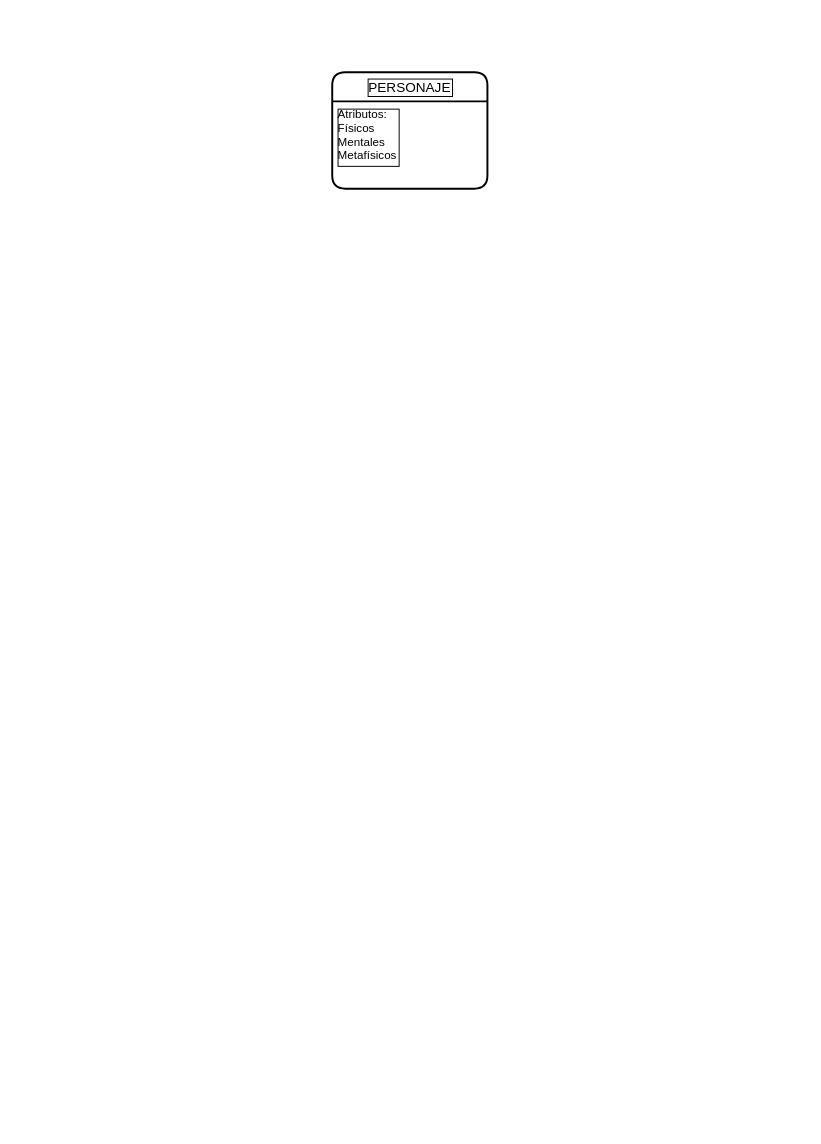
The draw.io diagram DiseñodePJ.drawio in aixairupe/DiagramasRPG, before the edit. Source tidied: cells renumbered, new cells numbered last; positions are measured from the earlier drawing's top-left corner, leaving out a move shared by most shapes. Both pictures are drawn from the tidied source at 97%, with x=0, y=0 at pixel (332, 72).
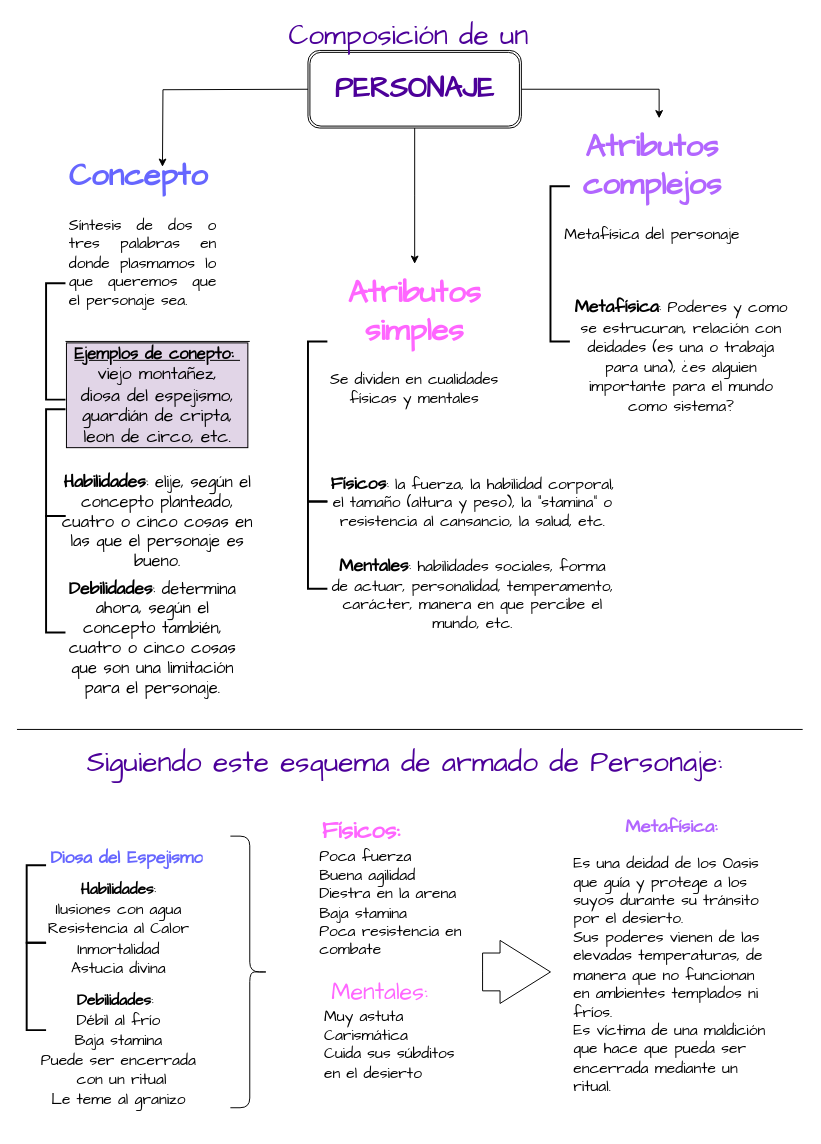
The same page after the edit.

The edit, as a diff of the source:
```diff
@@
+    <mxCell id="4" style="edgeStyle=orthogonalEdgeStyle;rounded=0;jettySize=auto;html=1;exitX=1;exitY=0.5;exitDx=0;exitDy=0;entryX=0.537;entryY=0;entryDx=0;entryDy=0;entryPerimeter=0;fontSize=16;fontFamily=Comic Sans MS;" parent="1" edge="1" source="5" target="9">
+      <mxGeometry relative="1" as="geometry" />
+    </mxCell>
+    <mxCell id="5" style="shape=ext;double=1;rounded=1;whiteSpace=wrap;html=1;labelBorderColor=default;fontSize=16;fontFamily=Comic Sans MS;labelBackgroundColor=#E6D0DE;" parent="1" vertex="1">
+      <mxGeometry x="-25" y="-22.5" width="220" height="80" as="geometry" />
+    </mxCell>
+    <mxCell id="6" style="edgeStyle=orthogonalEdgeStyle;rounded=0;orthogonalLoop=1;jettySize=auto;html=1;fontSize=16;fontFamily=Comic Sans MS;" parent="1" edge="1">
+      <mxGeometry relative="1" as="geometry">
+        <mxPoint x="-25" y="17.5" as="sourcePoint" />
+        <mxPoint x="-175" y="97.5" as="targetPoint" />
+      </mxGeometry>
+    </mxCell>
+    <mxCell id="7" value="&lt;h1 style=&quot;text-align: justify;&quot;&gt;&lt;font color=&quot;#6666ff&quot;&gt;Concepto&lt;/font&gt;&lt;/h1&gt;&lt;p style=&quot;text-align: justify;&quot;&gt;Síntesis de dos o tres palabras en donde plasmamos lo que queremos que el personaje sea. &lt;/p&gt;" style="text;html=1;strokeColor=none;fillColor=none;spacing=5;spacingTop=-20;whiteSpace=wrap;overflow=hidden;rounded=0;labelBorderColor=none;fontSize=16;align=center;fontFamily=Comic Sans MS;" parent="1" vertex="1">
+      <mxGeometry x="-275" y="77.5" width="160" height="190" as="geometry" />
+    </mxCell>
+    <mxCell id="8" value="&lt;h1 style=&quot;&quot;&gt;&lt;font color=&quot;#ff66ff&quot;&gt;Atributos simples&lt;/font&gt;&lt;/h1&gt;&lt;p style=&quot;&quot;&gt;Se dividen en cualidades físicas y mentales&lt;/p&gt;" style="text;html=1;strokeColor=none;fillColor=none;spacing=5;spacingTop=-20;whiteSpace=wrap;overflow=hidden;rounded=0;labelBorderColor=none;fontSize=16;align=center;fontFamily=Comic Sans MS;" parent="1" vertex="1">
+      <mxGeometry x="-10" y="197.5" width="190" height="175" as="geometry" />
+    </mxCell>
+    <mxCell id="9" value="&lt;h1&gt;&lt;font color=&quot;#b266ff&quot;&gt;Atributos complejos&lt;/font&gt;&lt;/h1&gt;&lt;p&gt;Metafísica del personaje&lt;/p&gt;" style="text;html=1;strokeColor=none;fillColor=none;spacing=5;spacingTop=-20;whiteSpace=wrap;overflow=hidden;rounded=0;labelBorderColor=none;fontSize=16;align=center;fontFamily=Comic Sans MS;" parent="1" vertex="1">
+      <mxGeometry x="235" y="47.5" width="190" height="150" as="geometry" />
+    </mxCell>
+    <mxCell id="10" style="strokeWidth=2;html=1;shape=mxgraph.flowchart.annotation_1;align=left;labelBorderColor=default;fontSize=16;fontFamily=Comic Sans MS;" parent="1" vertex="1">
+      <mxGeometry x="-25" y="442.5" width="20" height="90" as="geometry" />
+    </mxCell>
+    <mxCell id="11" style="strokeWidth=2;html=1;shape=mxgraph.flowchart.annotation_1;align=left;labelBorderColor=default;fontSize=16;fontFamily=Comic Sans MS;" parent="1" vertex="1">
+      <mxGeometry x="-25" y="277.5" width="20" height="165" as="geometry" />
+    </mxCell>
+    <mxCell id="12" style="strokeWidth=2;html=1;shape=mxgraph.flowchart.annotation_1;align=left;labelBorderColor=default;fontSize=16;" parent="1" vertex="1">
+      <mxGeometry x="-295" y="217.5" width="20" height="120" as="geometry" />
+    </mxCell>
+    <mxCell id="13" value="&lt;b&gt;&lt;font style=&quot;font-size: 18px;&quot;&gt;Físicos&lt;/font&gt;&lt;/b&gt;:&amp;nbsp;la fuerza, la habilidad corporal, el tamaño (altura y peso), la &quot;stamina&quot; o resistencia al cansancio, la salud, etc." style="text;html=1;strokeColor=none;fillColor=none;align=center;verticalAlign=middle;whiteSpace=wrap;rounded=0;labelBorderColor=none;fontSize=16;fontFamily=Comic Sans MS;" parent="1" vertex="1">
+      <mxGeometry x="-5" y="412.5" width="300" height="60" as="geometry" />
+    </mxCell>
+    <mxCell id="14" value="&lt;b&gt;&lt;font style=&quot;font-size: 18px;&quot;&gt;Mentales&lt;/font&gt;&lt;/b&gt;: habilidades sociales, forma de actuar, personalidad, temperamento, carácter, manera en que percibe el mundo, etc." style="text;html=1;strokeColor=none;fillColor=none;align=center;verticalAlign=middle;whiteSpace=wrap;rounded=0;labelBorderColor=none;fontSize=16;fontFamily=Comic Sans MS;" parent="1" vertex="1">
+      <mxGeometry x="-5" y="507.5" width="300" height="60" as="geometry" />
+    </mxCell>
+    <mxCell id="15" value="&lt;font face=&quot;Comic Sans MS&quot;&gt;&lt;b&gt;&lt;font style=&quot;font-size: 18px;&quot;&gt;Metafísica&lt;/font&gt;&lt;/b&gt;: Poderes y como se estrucuran, relación con deidades (es una o trabaja para una), ¿es alguien importante para el mundo como sistema?&lt;/font&gt;" style="text;html=1;strokeColor=none;fillColor=none;align=center;verticalAlign=middle;whiteSpace=wrap;rounded=0;labelBorderColor=none;fontSize=16;" parent="1" vertex="1">
+      <mxGeometry x="245" y="247.5" width="230" height="90" as="geometry" />
+    </mxCell>
+    <mxCell id="16" style="edgeStyle=orthogonalEdgeStyle;rounded=0;jettySize=auto;html=1;fontSize=17;exitX=0.5;exitY=1;exitDx=0;exitDy=0;fontFamily=Comic Sans MS;" parent="1" edge="1" source="5">
+      <mxGeometry relative="1" as="geometry">
+        <mxPoint x="85" y="197.5" as="targetPoint" />
+      </mxGeometry>
+    </mxCell>
-    <mxCell id="2" value="PERSONAJE" style="swimlane;horizontal=1;startSize=30;rounded=1;fontSize=14;fontStyle=0;strokeWidth=2;shadow=0;dashed=0;align=center;labelBorderColor=default;" parent="1" vertex="1">
-      <mxGeometry width="160" height="120" as="geometry" />
+    <mxCell id="2" value="&lt;h1 style=&quot;font-size: 29px;&quot;&gt;&lt;font color=&quot;#4c0099&quot;&gt;PERSONAJE&lt;/font&gt;&lt;/h1&gt;" style="text;html=1;strokeColor=none;fillColor=none;align=center;verticalAlign=middle;whiteSpace=wrap;rounded=0;labelBorderColor=none;fontSize=16;fontFamily=Comic Sans MS;labelBackgroundColor=none;fontColor=#B5739D;" parent="1" vertex="1">
+      <mxGeometry width="170" height="35" as="geometry" />
     </mxCell>
-    <mxCell id="3" value="Atributos:&#10;Físicos&#10;Mentales&#10;Metafísicos" style="align=left;strokeColor=none;fillColor=none;spacingLeft=4;fontSize=12;verticalAlign=top;labelBorderColor=default;" parent="2" vertex="1">
-      <mxGeometry y="30" width="160" height="90" as="geometry" />
-    </mxCell>
+    <mxCell id="17" value="&lt;span style=&quot;&quot;&gt;&lt;b style=&quot;font-size: 17px;&quot;&gt;&lt;u&gt;Ejemplos de conepto:&amp;nbsp;&lt;br&gt;&lt;/u&gt;&lt;/b&gt;viejo montañez, &lt;br&gt;diosa del espejismo, guardián de cripta, leon de circo, etc.&lt;/span&gt;" style="text;html=1;strokeColor=none;fillColor=none;align=center;verticalAlign=middle;whiteSpace=wrap;rounded=0;labelBorderColor=default;fontSize=18;fontFamily=Comic Sans MS;labelBackgroundColor=#E1D5E7;" parent="1" vertex="1">
+      <mxGeometry x="-275" y="277.5" width="190" height="110" as="geometry" />
+    </mxCell>
+    <mxCell id="18" style="strokeWidth=2;html=1;shape=mxgraph.flowchart.annotation_1;align=left;labelBorderColor=default;fontSize=16;fontFamily=Comic Sans MS;" parent="1" vertex="1">
+      <mxGeometry x="225" y="117.5" width="20" height="160" as="geometry" />
+    </mxCell>
+    <mxCell id="19" style="strokeWidth=2;html=1;shape=mxgraph.flowchart.annotation_1;align=left;labelBorderColor=default;fontSize=16;" parent="1" vertex="1">
+      <mxGeometry x="-315" y="897.5" width="20" height="90" as="geometry" />
+    </mxCell>
+    <mxCell id="20" style="strokeWidth=2;html=1;shape=mxgraph.flowchart.annotation_1;align=left;labelBorderColor=default;fontSize=16;" parent="1" vertex="1">
+      <mxGeometry x="-315" y="817.5" width="20" height="80" as="geometry" />
+    </mxCell>
+    <mxCell id="21" style="endArrow=none;html=1;rounded=0;fontSize=18;exitX=0;exitY=0;exitDx=0;exitDy=0;fontFamily=Comic Sans MS;entryX=1;entryY=0;entryDx=0;entryDy=0;entryPerimeter=0;" parent="1" edge="1" source="17" target="17">
+      <mxGeometry relative="1" as="geometry" />
+    </mxCell>
+    <mxCell id="22" value="&lt;b&gt;&lt;font style=&quot;font-size: 18px;&quot;&gt;Habilidades&lt;/font&gt;&lt;/b&gt;: elije, según el concepto planteado, cuatro o cinco cosas en las que el personaje es bueno." style="text;html=1;strokeColor=none;fillColor=none;align=center;verticalAlign=middle;whiteSpace=wrap;rounded=0;labelBorderColor=none;fontSize=17;fontFamily=Comic Sans MS;" parent="1" vertex="1">
+      <mxGeometry x="-285" y="427.5" width="210" height="70" as="geometry" />
+    </mxCell>
+    <mxCell id="23" value="&lt;b&gt;&lt;font style=&quot;font-size: 18px;&quot;&gt;Debilidades&lt;/font&gt;&lt;/b&gt;: determina ahora, según el concepto también, cuatro o cinco cosas que son una limitación para el personaje." style="text;html=1;strokeColor=none;fillColor=none;align=center;verticalAlign=middle;whiteSpace=wrap;rounded=0;labelBorderColor=none;fontSize=17;fontFamily=Comic Sans MS;" parent="1" vertex="1">
+      <mxGeometry x="-285" y="537.5" width="200" height="90" as="geometry" />
+    </mxCell>
+    <mxCell id="24" value="Composición de un" style="text;html=1;strokeColor=none;fillColor=none;align=center;verticalAlign=middle;whiteSpace=wrap;rounded=0;labelBackgroundColor=none;labelBorderColor=none;fontFamily=Comic Sans MS;fontSize=29;fontColor=#4C0099;" parent="1" vertex="1">
+      <mxGeometry x="-81" y="-52.5" width="320" height="30" as="geometry" />
+    </mxCell>
+    <mxCell id="25" style="endArrow=none;html=1;rounded=0;fontFamily=Comic Sans MS;fontSize=29;fontColor=#4C0099;" parent="1" edge="1">
+      <mxGeometry relative="1" as="geometry">
+        <mxPoint x="-325" y="677.5" as="sourcePoint" />
+        <mxPoint x="485" y="677.5" as="targetPoint" />
+      </mxGeometry>
+    </mxCell>
+    <mxCell id="26" value="Siguiendo este esquema de armado de Personaje:" style="text;html=1;strokeColor=none;fillColor=none;align=center;verticalAlign=middle;whiteSpace=wrap;rounded=0;labelBackgroundColor=none;labelBorderColor=none;fontFamily=Comic Sans MS;fontSize=29;fontColor=#4C0099;" parent="1" vertex="1">
+      <mxGeometry x="-275" y="697.5" width="700" height="30" as="geometry" />
+    </mxCell>
+    <mxCell id="27" value="&lt;h1 style=&quot;font-size: 18px;&quot;&gt;&lt;font color=&quot;#6666ff&quot; style=&quot;font-size: 18px;&quot;&gt;Diosa del Espejismo&lt;/font&gt;&lt;/h1&gt;" style="text;html=1;strokeColor=none;fillColor=none;spacing=5;spacingTop=-20;whiteSpace=wrap;overflow=hidden;rounded=0;labelBorderColor=none;fontSize=18;align=left;fontFamily=Comic Sans MS;" parent="1" vertex="1">
+      <mxGeometry x="-295" y="797.5" width="190" height="30" as="geometry" />
+    </mxCell>
+    <mxCell id="28" style="strokeWidth=2;html=1;shape=mxgraph.flowchart.annotation_1;align=left;labelBorderColor=default;fontSize=16;" parent="1" vertex="1">
+      <mxGeometry x="-295" y="457.5" width="20" height="120" as="geometry" />
+    </mxCell>
+    <mxCell id="29" style="strokeWidth=2;html=1;shape=mxgraph.flowchart.annotation_1;align=left;labelBorderColor=default;fontSize=16;" parent="1" vertex="1">
+      <mxGeometry x="-295" y="347.5" width="20" height="110" as="geometry" />
+    </mxCell>
+    <mxCell id="30" value="&lt;font style=&quot;font-size: 16px;&quot;&gt;&lt;b&gt;&lt;font style=&quot;font-size: 16px;&quot;&gt;Habilidades&lt;/font&gt;&lt;/b&gt;:&lt;br&gt;Ilusiones con agua&lt;br&gt;Resistencia al Calor&lt;br&gt;Inmortalidad&lt;br&gt;Astucia divina&lt;br&gt;&lt;/font&gt;" style="text;html=1;strokeColor=none;fillColor=none;align=center;verticalAlign=middle;whiteSpace=wrap;rounded=0;labelBorderColor=none;fontSize=17;fontFamily=Comic Sans MS;" parent="1" vertex="1">
+      <mxGeometry x="-325" y="847.5" width="210" height="70" as="geometry" />
+    </mxCell>
+    <mxCell id="31" value="&lt;font style=&quot;font-size: 16px;&quot;&gt;&lt;b&gt;&lt;font style=&quot;font-size: 16px;&quot;&gt;Debilidades&lt;/font&gt;&lt;/b&gt;:&amp;nbsp;&lt;br&gt;Débil al frío&lt;br&gt;Baja stamina&lt;br&gt;Puede ser encerrada&lt;br&gt;&amp;nbsp;con un ritual&lt;br&gt;Le teme al granizo&lt;br&gt;&lt;/font&gt;" style="text;html=1;strokeColor=none;fillColor=none;align=center;verticalAlign=middle;whiteSpace=wrap;rounded=0;labelBorderColor=none;fontSize=17;fontFamily=Comic Sans MS;" parent="1" vertex="1">
+      <mxGeometry x="-325" y="947.5" width="210" height="120" as="geometry" />
+    </mxCell>
+    <mxCell id="32" value="&lt;h1 style=&quot;font-size: 27px;&quot;&gt;&lt;font style=&quot;font-size: 24px;&quot; color=&quot;#ff66ff&quot;&gt;Físicos:&lt;br&gt;&lt;br&gt;&lt;/font&gt;&lt;/h1&gt;&lt;h1 style=&quot;font-size: 27px;&quot;&gt;&lt;br&gt;&lt;/h1&gt;&lt;h1 style=&quot;font-size: 27px;&quot;&gt;&lt;span style=&quot;font-size: 24px; color: rgb(255, 102, 255); background-color: initial; font-weight: normal;&quot;&gt;&lt;br&gt;&amp;nbsp; &amp;nbsp; Mentales:&lt;/span&gt;&lt;br&gt;&lt;/h1&gt;" style="text;html=1;strokeColor=none;fillColor=none;spacing=5;spacingTop=-20;whiteSpace=wrap;overflow=hidden;rounded=0;labelBorderColor=none;fontSize=16;align=center;fontFamily=Comic Sans MS;" parent="1" vertex="1">
+      <mxGeometry x="-65" y="757.5" width="190" height="270" as="geometry" />
+    </mxCell>
+    <mxCell id="33" style="shape=curlyBracket;whiteSpace=wrap;html=1;rounded=1;flipH=1;labelBackgroundColor=none;labelBorderColor=none;fontFamily=Comic Sans MS;fontSize=24;fontColor=#4C0099;fillColor=default;" parent="1" vertex="1">
+      <mxGeometry x="-105" y="787.5" width="40" height="280" as="geometry" />
+    </mxCell>
+    <mxCell id="34" value="Poca fuerza&lt;br&gt;Buena agilidad&lt;br&gt;Diestra en la arena&lt;br&gt;Baja stamina&lt;br&gt;Poca resistencia en combate" style="text;html=1;strokeColor=none;fillColor=none;align=left;verticalAlign=top;whiteSpace=wrap;rounded=0;labelBackgroundColor=none;labelBorderColor=none;fontFamily=Comic Sans MS;fontSize=16;fontColor=#000000;horizontal=1;" parent="1" vertex="1">
+      <mxGeometry x="-15" y="792.5" width="150" height="130" as="geometry" />
+    </mxCell>
+    <mxCell id="35" value="Muy astuta&lt;br&gt;Carismática&lt;br&gt;Cuida sus súbditos en el desierto" style="text;html=1;strokeColor=none;fillColor=none;align=left;verticalAlign=top;whiteSpace=wrap;rounded=0;labelBackgroundColor=none;labelBorderColor=none;fontFamily=Comic Sans MS;fontSize=16;fontColor=#000000;horizontal=1;" parent="1" vertex="1">
+      <mxGeometry x="-10" y="957.5" width="150" height="130" as="geometry" />
+    </mxCell>
+    <mxCell id="36" style="html=1;shadow=0;dashed=0;align=center;verticalAlign=middle;shape=mxgraph.arrows2.arrow;dy=0.4;dx=52;notch=0;labelBackgroundColor=none;labelBorderColor=none;fontFamily=Comic Sans MS;fontSize=16;fontColor=#000000;fillColor=default;" parent="1" vertex="1">
+      <mxGeometry x="155" y="895" width="70" height="65" as="geometry" />
+    </mxCell>
+    <mxCell id="37" value="&lt;h1 style=&quot;font-size: 19px;&quot;&gt;&lt;font style=&quot;font-size: 19px;&quot; color=&quot;#b266ff&quot;&gt;Metafísica:&lt;/font&gt;&lt;/h1&gt;&lt;p style=&quot;text-align: left;&quot;&gt;&lt;font style=&quot;font-size: 16px;&quot;&gt;Es una deidad de los Oasis que guía y protege a los suyos durante su tránsito por el desierto.&lt;br&gt;Sus poderes vienen de las elevadas temperaturas, de manera que no funcionan en ambientes templados ni fríos.&amp;nbsp;&lt;br&gt;Es víctima de una maldición que hace que pueda ser encerrada mediante un ritual.&amp;nbsp;&lt;/font&gt;&lt;/p&gt;" style="text;html=1;strokeColor=none;fillColor=none;spacing=5;spacingTop=-20;whiteSpace=wrap;overflow=hidden;rounded=0;labelBorderColor=none;fontSize=16;align=center;fontFamily=Comic Sans MS;" parent="1" vertex="1">
+      <mxGeometry x="245" y="765" width="210" height="302.5" as="geometry" />
+    </mxCell>
```
